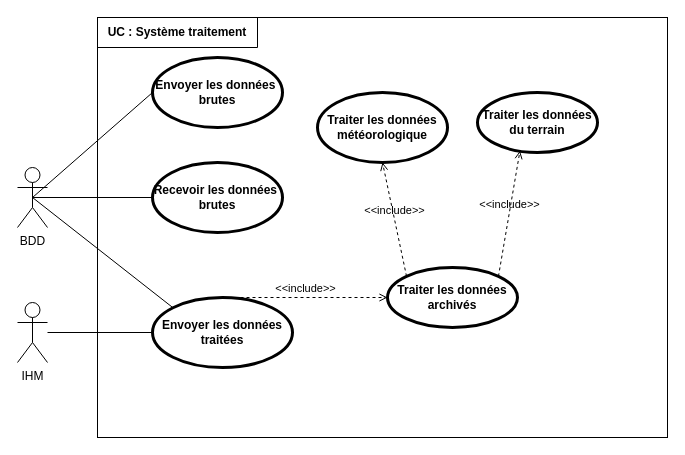
Above: SYSML/UseCase/D- UseCase_SysT FM2.drawio in ToGen49/Hippodrome (draw.io), before the change. Source tidied: cells renumbered, new cells numbered last; positions are measured from the earlier drawing's top-left corner, leaving out a move shared by most shapes. Both pictures are drawn from the tidied source at 100%, with x=0, y=0 at pixel (17, 17).
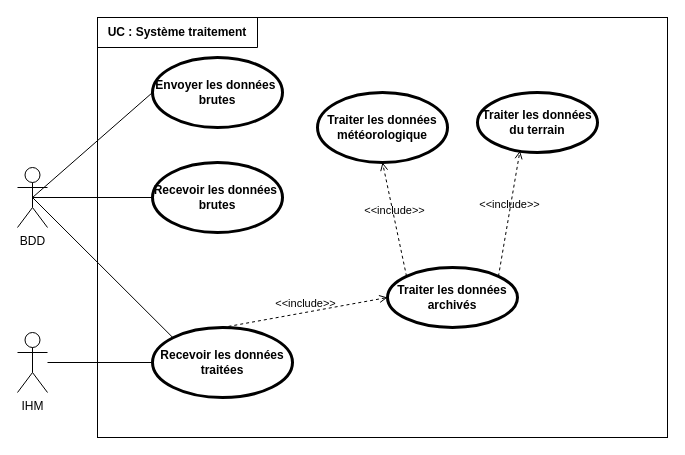
Above is the later version.

What changed in the source:
```diff
@@
 <mxGraphModel>
   <root>
     <mxCell id="0" />
     <mxCell id="1" parent="0" />
     <mxCell id="2" style="rounded=0;whiteSpace=wrap;html=1;" parent="1" vertex="1">
       <mxGeometry x="80" width="570" height="420" as="geometry" />
     </mxCell>
     <mxCell id="3" value="&lt;b&gt;UC : Système traitement&lt;/b&gt;" style="shape=partialRectangle;whiteSpace=wrap;html=1;top=0;left=0;fillColor=none;" parent="1" vertex="1">
       <mxGeometry x="80" width="160" height="30" as="geometry" />
     </mxCell>
     <mxCell id="4" value="IHM" style="shape=umlActor;verticalLabelPosition=bottom;verticalAlign=top;html=1;outlineConnect=0;" parent="1" vertex="1">
-      <mxGeometry y="285" width="30" height="60" as="geometry" />
+      <mxGeometry y="315" width="30" height="60" as="geometry" />
     </mxCell>
     <mxCell id="5" style="endArrow=none;html=1;rounded=0;exitX=0;exitY=0.5;exitDx=0;exitDy=0;" parent="1" edge="1" source="8" target="4">
       <mxGeometry relative="1" as="geometry" />
     </mxCell>
     <mxCell id="6" value="Envoyer les données&amp;nbsp; brutes" style="shape=ellipse;html=1;strokeWidth=3;fontStyle=1;whiteSpace=wrap;align=center;perimeter=ellipsePerimeter;" parent="1" vertex="1">
       <mxGeometry x="135" y="40" width="130" height="70" as="geometry" />
     </mxCell>
     <mxCell id="7" style="edgeStyle=none;html=1;endArrow=none;verticalAlign=bottom;rounded=0;exitX=0.5;exitY=0.5;exitDx=0;exitDy=0;exitPerimeter=0;entryX=0;entryY=0.5;entryDx=0;entryDy=0;" parent="1" edge="1" source="15" target="6">
       <mxGeometry relative="1" as="geometry" />
     </mxCell>
-    <mxCell id="8" value="Envoyer les données traitées" style="shape=ellipse;html=1;strokeWidth=3;fontStyle=1;whiteSpace=wrap;align=center;perimeter=ellipsePerimeter;" parent="1" vertex="1">
-      <mxGeometry x="135" y="280" width="140" height="70" as="geometry" />
+    <mxCell id="8" value="Recevoir les données traitées" style="shape=ellipse;html=1;strokeWidth=3;fontStyle=1;whiteSpace=wrap;align=center;perimeter=ellipsePerimeter;" parent="1" vertex="1">
+      <mxGeometry x="135" y="310" width="140" height="70" as="geometry" />
     </mxCell>
     <mxCell id="9" value="Traiter les données météorologique" style="shape=ellipse;html=1;strokeWidth=3;fontStyle=1;whiteSpace=wrap;align=center;perimeter=ellipsePerimeter;" parent="1" vertex="1">
       <mxGeometry x="300" y="75" width="130" height="70" as="geometry" />
     </mxCell>
     <mxCell id="10" value="Traiter les données archivés" style="shape=ellipse;html=1;strokeWidth=3;fontStyle=1;whiteSpace=wrap;align=center;perimeter=ellipsePerimeter;" parent="1" vertex="1">
       <mxGeometry x="370" y="250" width="130" height="60" as="geometry" />
     </mxCell>
     <mxCell id="11" value="Traiter les données du terrain" style="shape=ellipse;html=1;strokeWidth=3;fontStyle=1;whiteSpace=wrap;align=center;perimeter=ellipsePerimeter;" parent="1" vertex="1">
       <mxGeometry x="460" y="75" width="120" height="60" as="geometry" />
     </mxCell>
     <mxCell id="12" value="&amp;lt;&amp;lt;include&amp;gt;&amp;gt;" style="edgeStyle=none;html=1;endArrow=open;verticalAlign=bottom;dashed=1;labelBackgroundColor=none;rounded=0;exitX=0.5;exitY=0;exitDx=0;exitDy=0;entryX=0;entryY=0.5;entryDx=0;entryDy=0;" parent="1" edge="1" source="8" target="10">
       <mxGeometry relative="1" as="geometry" />
     </mxCell>
     <mxCell id="13" value="&amp;lt;&amp;lt;include&amp;gt;&amp;gt;" style="edgeStyle=none;html=1;endArrow=open;verticalAlign=bottom;dashed=1;labelBackgroundColor=none;rounded=0;entryX=0.5;entryY=1;entryDx=0;entryDy=0;exitX=0;exitY=0;exitDx=0;exitDy=0;" parent="1" edge="1" source="10" target="9">
       <mxGeometry relative="1" as="geometry" />
     </mxCell>
     <mxCell id="14" value="&amp;lt;&amp;lt;include&amp;gt;&amp;gt;" style="edgeStyle=none;html=1;endArrow=open;verticalAlign=bottom;dashed=1;labelBackgroundColor=none;rounded=0;entryX=0.354;entryY=0.972;entryDx=0;entryDy=0;exitX=1;exitY=0;exitDx=0;exitDy=0;entryPerimeter=0;" parent="1" edge="1" source="10" target="11">
       <mxGeometry relative="1" as="geometry" />
     </mxCell>
     <mxCell id="15" value="BDD" style="shape=umlActor;verticalLabelPosition=bottom;verticalAlign=top;html=1;outlineConnect=0;" parent="1" vertex="1">
       <mxGeometry y="150" width="30" height="60" as="geometry" />
     </mxCell>
     <mxCell id="16" value="Recevoir les données&amp;nbsp; brutes" style="shape=ellipse;html=1;strokeWidth=3;fontStyle=1;whiteSpace=wrap;align=center;perimeter=ellipsePerimeter;" parent="1" vertex="1">
       <mxGeometry x="135" y="145" width="130" height="70" as="geometry" />
     </mxCell>
     <mxCell id="17" style="edgeStyle=none;html=1;endArrow=none;verticalAlign=bottom;rounded=0;exitX=0.5;exitY=0.5;exitDx=0;exitDy=0;exitPerimeter=0;entryX=0;entryY=0.5;entryDx=0;entryDy=0;" parent="1" edge="1" source="15" target="16">
       <mxGeometry relative="1" as="geometry" />
     </mxCell>
     <mxCell id="18" style="edgeStyle=none;html=1;endArrow=none;verticalAlign=bottom;rounded=0;exitX=0.5;exitY=0.5;exitDx=0;exitDy=0;exitPerimeter=0;entryX=0;entryY=0;entryDx=0;entryDy=0;" parent="1" edge="1" source="15" target="8">
       <mxGeometry relative="1" as="geometry" />
     </mxCell>
   </root>
 </mxGraphModel>
```
